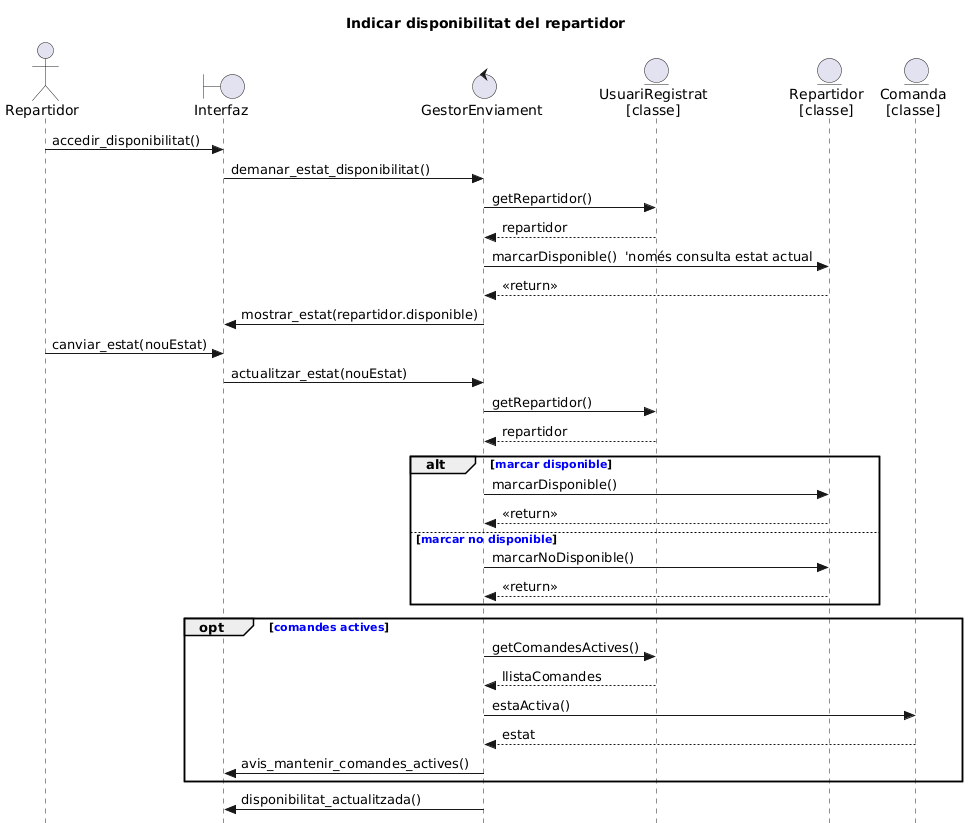
tyGdev/ES26UAB-451-02 keeps this PlantUML diagram as documents/DiagramasDeSquencia/Indicar disponibilitat del repartidor.png. Above is the earlier version.
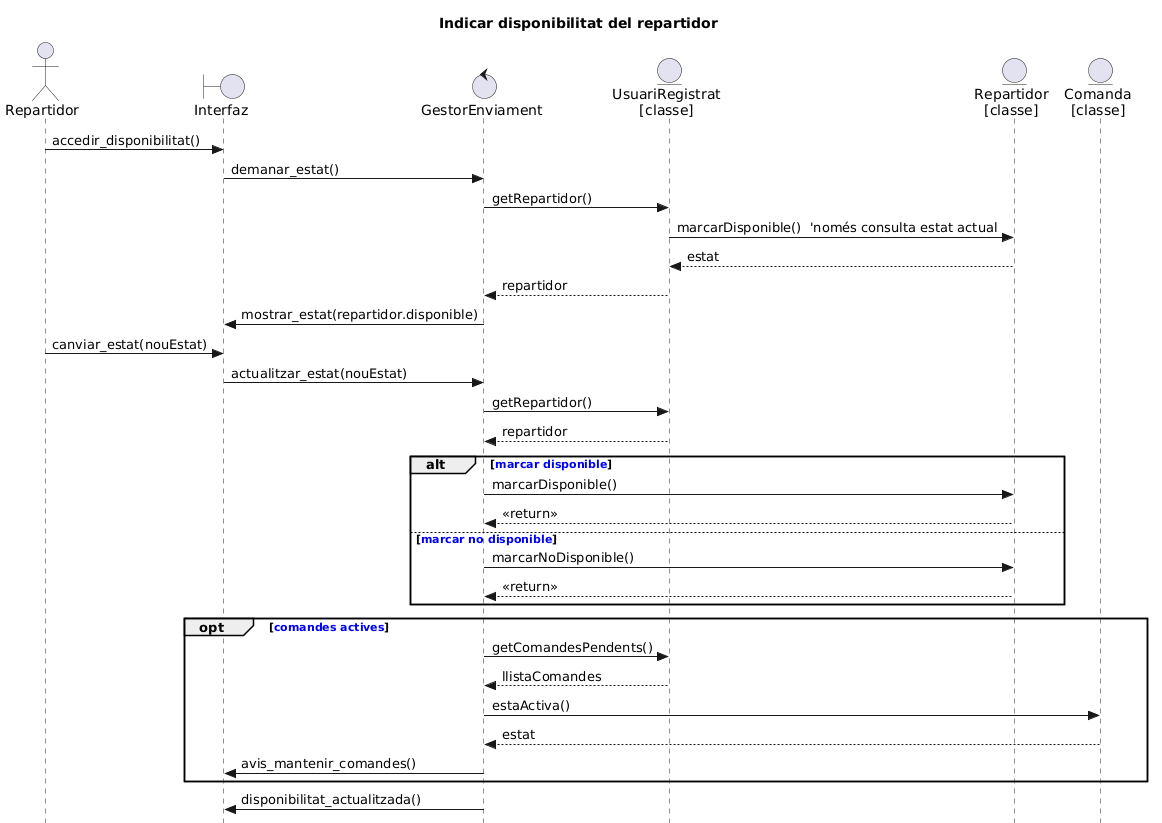
The same diagram one commit later.

What changed in the source:
```diff
@@ -10,13 +10,12 @@
 entity "Comanda\n[classe]" as Comanda
 
 Repartidor -> Interfaz : accedir_disponibilitat()
-Interfaz -> GestorEnviament : demanar_estat_disponibilitat()
+Interfaz -> GestorEnviament : demanar_estat()
 
 GestorEnviament -> UsuariRegistrat : getRepartidor()
+UsuariRegistrat -> RepartidorClass : marcarDisponible()  'només consulta estat actual
+RepartidorClass --> UsuariRegistrat : estat
 UsuariRegistrat --> GestorEnviament : repartidor
-
-GestorEnviament -> RepartidorClass : marcarDisponible()  'només consulta estat actual
-RepartidorClass --> GestorEnviament : <<return>>
 
 GestorEnviament -> Interfaz : mostrar_estat(repartidor.disponible)
 
@@ -36,13 +35,13 @@
 end
 
 opt <font color=blue><b>comandes actives</b></font>
-    GestorEnviament -> UsuariRegistrat : getComandesActives()
+    GestorEnviament -> UsuariRegistrat : getComandesPendents()
     UsuariRegistrat --> GestorEnviament : llistaComandes
 
     GestorEnviament -> Comanda : estaActiva()
     Comanda --> GestorEnviament : estat
 
-    GestorEnviament -> Interfaz : avis_mantenir_comandes_actives()
+    GestorEnviament -> Interfaz : avis_mantenir_comandes()
 end
 
 GestorEnviament -> Interfaz : disponibilitat_actualitzada()
```
